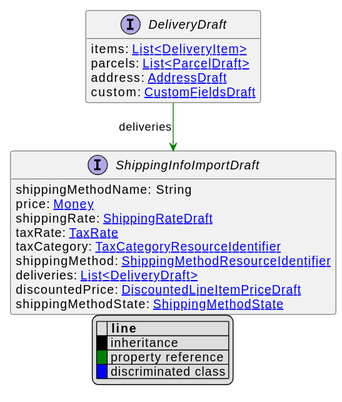
This is uml/api/svg/DeliveryDraft.svg from commercetools/commercetools-api-reference, a PlantUML export, as it was before one commit. The source it was exported from:
```plantuml
@startuml
!pragma layout elk
hide empty fields
hide empty methods
legend
|= |= line |
|<back:black>   </back>| inheritance |
|<back:green>   </back>| property reference |
|<back:blue>   </back>| discriminated class |
endlegend
interface DeliveryDraft [[DeliveryDraft.svg]]  {
    items: [[DeliveryItem.svg List<DeliveryItem>]]
    parcels: [[ParcelDraft.svg List<ParcelDraft>]]
    address: [[AddressDraft.svg AddressDraft]]
    custom: [[CustomFieldsDraft.svg CustomFieldsDraft]]
}



interface ShippingInfoImportDraft [[ShippingInfoImportDraft.svg]]  {
    shippingMethodName: String
    price: [[Money.svg Money]]
    shippingRate: [[ShippingRateDraft.svg ShippingRateDraft]]
    taxRate: [[TaxRate.svg TaxRate]]
    taxCategory: [[TaxCategoryResourceIdentifier.svg TaxCategoryResourceIdentifier]]
    shippingMethod: [[ShippingMethodResourceIdentifier.svg ShippingMethodResourceIdentifier]]
    deliveries: [[DeliveryDraft.svg List<DeliveryDraft>]]
    discountedPrice: [[DiscountedLineItemPriceDraft.svg DiscountedLineItemPriceDraft]]
    shippingMethodState: [[ShippingMethodState.svg ShippingMethodState]]
}

DeliveryDraft --> ShippingInfoImportDraft #green;text:green : "deliveries"
@enduml
```
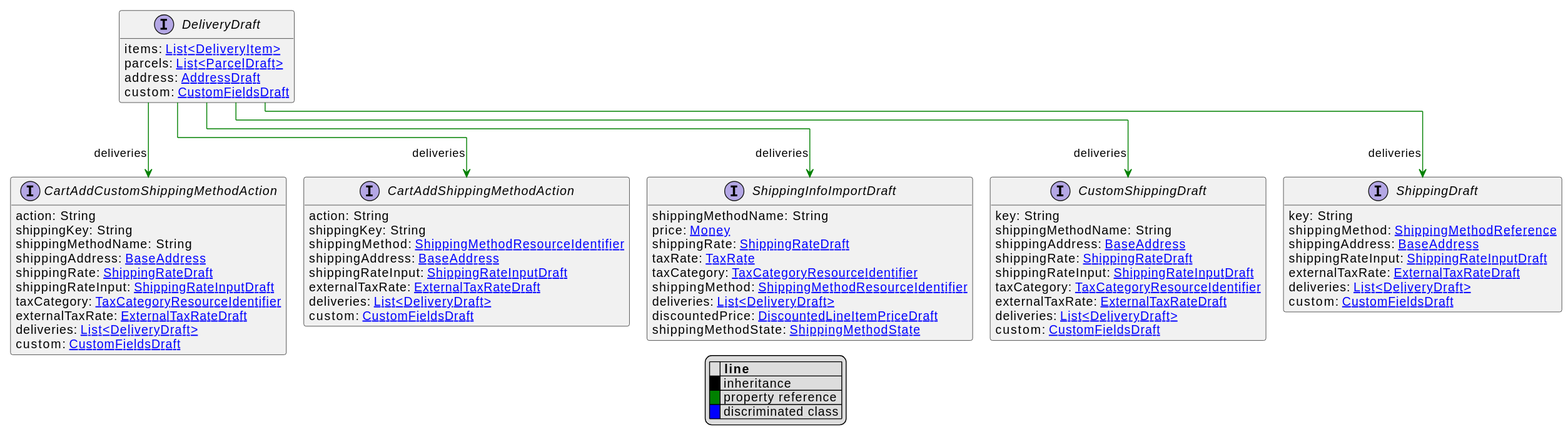
The same diagram one commit later.

Change to the diagram source:
```diff
@@ -17,6 +17,48 @@
 
 
 
+interface CustomShippingDraft [[CustomShippingDraft.svg]]  {
+    key: String
+    shippingMethodName: String
+    shippingAddress: [[BaseAddress.svg BaseAddress]]
+    shippingRate: [[ShippingRateDraft.svg ShippingRateDraft]]
+    shippingRateInput: [[ShippingRateInputDraft.svg ShippingRateInputDraft]]
+    taxCategory: [[TaxCategoryResourceIdentifier.svg TaxCategoryResourceIdentifier]]
+    externalTaxRate: [[ExternalTaxRateDraft.svg ExternalTaxRateDraft]]
+    deliveries: [[DeliveryDraft.svg List<DeliveryDraft>]]
+    custom: [[CustomFieldsDraft.svg CustomFieldsDraft]]
+}
+interface ShippingDraft [[ShippingDraft.svg]]  {
+    key: String
+    shippingMethod: [[ShippingMethodReference.svg ShippingMethodReference]]
+    shippingAddress: [[BaseAddress.svg BaseAddress]]
+    shippingRateInput: [[ShippingRateInputDraft.svg ShippingRateInputDraft]]
+    externalTaxRate: [[ExternalTaxRateDraft.svg ExternalTaxRateDraft]]
+    deliveries: [[DeliveryDraft.svg List<DeliveryDraft>]]
+    custom: [[CustomFieldsDraft.svg CustomFieldsDraft]]
+}
+interface CartAddCustomShippingMethodAction [[CartAddCustomShippingMethodAction.svg]]  {
+    action: String
+    shippingKey: String
+    shippingMethodName: String
+    shippingAddress: [[BaseAddress.svg BaseAddress]]
+    shippingRate: [[ShippingRateDraft.svg ShippingRateDraft]]
+    shippingRateInput: [[ShippingRateInputDraft.svg ShippingRateInputDraft]]
+    taxCategory: [[TaxCategoryResourceIdentifier.svg TaxCategoryResourceIdentifier]]
+    externalTaxRate: [[ExternalTaxRateDraft.svg ExternalTaxRateDraft]]
+    deliveries: [[DeliveryDraft.svg List<DeliveryDraft>]]
+    custom: [[CustomFieldsDraft.svg CustomFieldsDraft]]
+}
+interface CartAddShippingMethodAction [[CartAddShippingMethodAction.svg]]  {
+    action: String
+    shippingKey: String
+    shippingMethod: [[ShippingMethodResourceIdentifier.svg ShippingMethodResourceIdentifier]]
+    shippingAddress: [[BaseAddress.svg BaseAddress]]
+    shippingRateInput: [[ShippingRateInputDraft.svg ShippingRateInputDraft]]
+    externalTaxRate: [[ExternalTaxRateDraft.svg ExternalTaxRateDraft]]
+    deliveries: [[DeliveryDraft.svg List<DeliveryDraft>]]
+    custom: [[CustomFieldsDraft.svg CustomFieldsDraft]]
+}
 interface ShippingInfoImportDraft [[ShippingInfoImportDraft.svg]]  {
     shippingMethodName: String
     price: [[Money.svg Money]]
@@ -29,5 +71,9 @@
     shippingMethodState: [[ShippingMethodState.svg ShippingMethodState]]
 }
 
+DeliveryDraft --> CustomShippingDraft #green;text:green : "deliveries"
+DeliveryDraft --> ShippingDraft #green;text:green : "deliveries"
+DeliveryDraft --> CartAddCustomShippingMethodAction #green;text:green : "deliveries"
+DeliveryDraft --> CartAddShippingMethodAction #green;text:green : "deliveries"
 DeliveryDraft --> ShippingInfoImportDraft #green;text:green : "deliveries"
 @enduml
```
